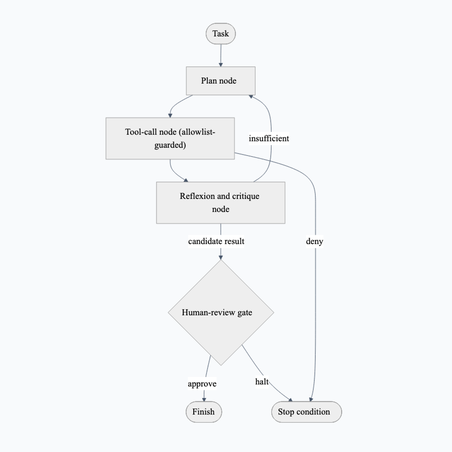
Earlier version of the Mermaid export output/figures/mermaid/appendix-langgraph-agent-state-machine.png (docxology/AGEINT). Its source is kept beside it as output/figures/mermaid/appendix-langgraph-agent-state-machine.mmd.
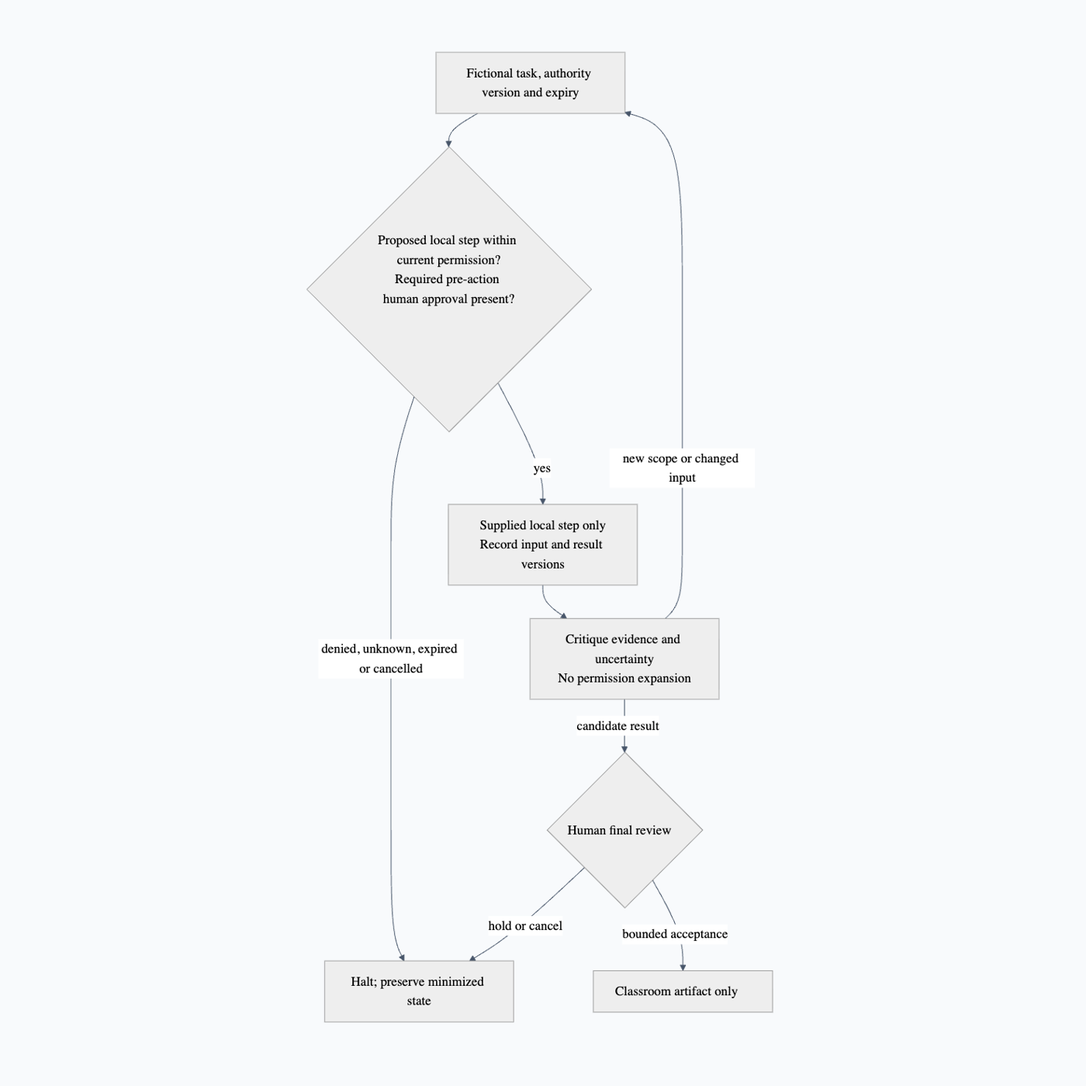
The same file after the commit.

Diff of the diagram source:
```diff
@@ -1,10 +1,10 @@
 %%{init: {'theme':'neutral','themeVariables':{'fontSize':'18px','fontFamily':'Arial, sans-serif','primaryColor':'#dbeafe','primaryBorderColor':'#475569','primaryTextColor':'#0f172a','lineColor':'#475569','secondaryColor':'#dcfce7','tertiaryColor':'#fef3c7'},'flowchart':{'htmlLabels':true,'nodeSpacing':38,'rankSpacing':46,'curve':'basis','subGraphTitleMargin':{'top':8,'bottom':12}}}}%%
 flowchart TB
-  START(["Task"]) --> PLAN["Plan node"]
-  PLAN --> TOOL["Tool-call node (allowlist-guarded)"]
-  TOOL --> REF["Reflexion and critique node"]
-  REF -->|"insufficient"| PLAN
-  REF -->|"candidate result"| REV{"Human-review gate"}
-  REV -->|"approve"| DONE(["Finish"])
-  REV -->|"halt"| STOP(["Stop condition"])
-  TOOL -->|"deny"| STOP
+  START["Fictional task, authority version and expiry"] --> P{"Proposed local step within current permission?<br/>Required pre-action human approval present?"}
+  P -->|"denied, unknown, expired or cancelled"| STOP["Halt; preserve minimized state"]
+  P -->|"yes"| T["Supplied local step only<br/>Record input and result versions"]
+  T --> C["Critique evidence and uncertainty<br/>No permission expansion"]
+  C -->|"new scope or changed input"| START
+  C -->|"candidate result"| R{"Human final review"}
+  R -->|"hold or cancel"| STOP
+  R -->|"bounded acceptance"| DONE["Classroom artifact only"]
```
